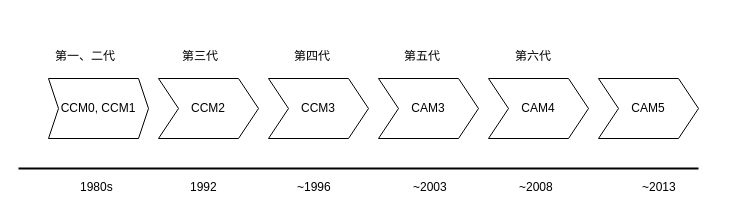
Before: The history of CESM.drawio in qinyia/drawio.output, a draw.io diagram. Source tidied: cells renumbered, new cells numbered last; positions are measured from the earlier drawing's top-left corner, leaving out a move shared by most shapes. Both pictures are drawn from the tidied source at 100%, with x=0, y=0 at pixel (18, 46).
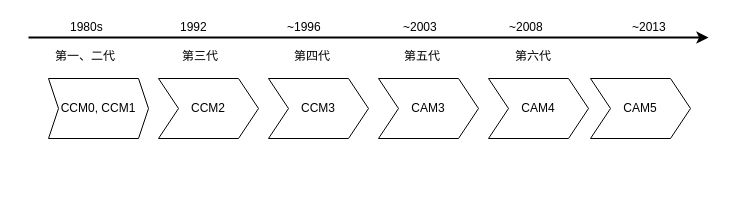
After the change.

Diff of the diagram source:
```diff
@@
     <mxCell id="7" value="CAM5" style="shape=step;perimeter=stepPerimeter;whiteSpace=wrap;html=1;fixedSize=1;" parent="1" vertex="1">
-      <mxGeometry x="580" y="32" width="100" height="60" as="geometry" />
+      <mxGeometry x="572" y="32" width="100" height="60" as="geometry" />
     </mxCell>
-    <mxCell id="8" style="endArrow=none;html=1;strokeWidth=2;" parent="1" edge="1">
-      <mxGeometry relative="1" as="geometry">
-        <mxPoint y="122" as="sourcePoint" />
-        <mxPoint x="680" y="122" as="targetPoint" />
-      </mxGeometry>
-    </mxCell>
     <mxCell id="9" value="1980s" style="text;html=1;align=left;verticalAlign=top;spacingTop=-4;" parent="1" vertex="1">
-      <mxGeometry x="60" y="131" width="50" height="20" as="geometry" />
+      <mxGeometry x="50" y="-29" width="50" height="20" as="geometry" />
     </mxCell>
     <mxCell id="10" value="~1996" style="text;html=1;align=left;verticalAlign=top;spacingTop=-4;" parent="1" vertex="1">
-      <mxGeometry x="277" y="131" width="50" height="20" as="geometry" />
+      <mxGeometry x="267" y="-29" width="50" height="20" as="geometry" />
     </mxCell>
     <mxCell id="11" value="~2008" style="text;html=1;align=left;verticalAlign=top;spacingTop=-4;" parent="1" vertex="1">
-      <mxGeometry x="499" y="131" width="50" height="20" as="geometry" />
+      <mxGeometry x="489" y="-29" width="50" height="20" as="geometry" />
     </mxCell>
     <mxCell id="12" value="~2003" style="text;html=1;align=left;verticalAlign=top;spacingTop=-4;" parent="1" vertex="1">
-      <mxGeometry x="393" y="131" width="50" height="20" as="geometry" />
+      <mxGeometry x="383" y="-29" width="50" height="20" as="geometry" />
     </mxCell>
     <mxCell id="13" value="1992" style="text;html=1;align=left;verticalAlign=top;spacingTop=-4;" parent="1" vertex="1">
-      <mxGeometry x="170" y="131" width="40" height="20" as="geometry" />
+      <mxGeometry x="160" y="-29" width="40" height="20" as="geometry" />
     </mxCell>
@@
     <mxCell id="19" value="~2013" style="text;html=1;align=left;verticalAlign=top;spacingTop=-4;" parent="1" vertex="1">
-      <mxGeometry x="622" y="131" width="50" height="20" as="geometry" />
+      <mxGeometry x="612" y="-29" width="50" height="20" as="geometry" />
     </mxCell>
+    <mxCell id="20" style="endArrow=classic;html=1;strokeWidth=2;" parent="1" edge="1">
+      <mxGeometry relative="1" as="geometry">
+        <mxPoint x="10" y="-9" as="sourcePoint" />
+        <mxPoint x="690" y="-9" as="targetPoint" />
+      </mxGeometry>
+    </mxCell>
```
